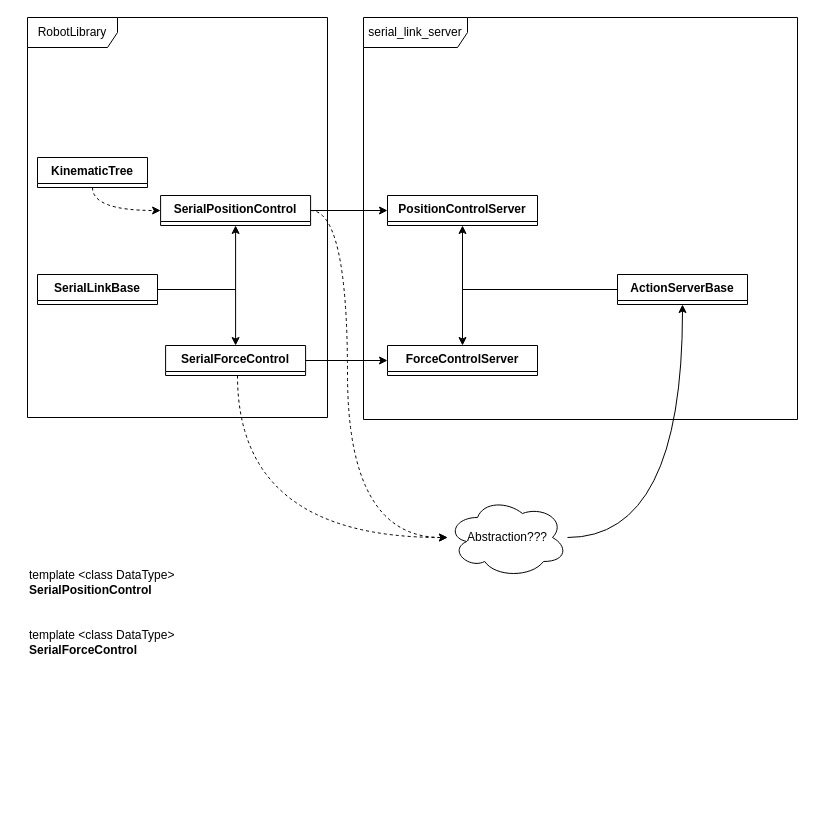
The draw.io diagram page "interactions" (1 of 3) of doc/ClassDiagrams.drawio in Woolfrey/server_serial_link, before the edit. Source tidied: cells renumbered, new cells numbered last; positions are measured from the earlier drawing's top-left corner, leaving out a move shared by most shapes. Both pictures are drawn from the tidied source at 100%, with x=0, y=0 at pixel (27, 17).
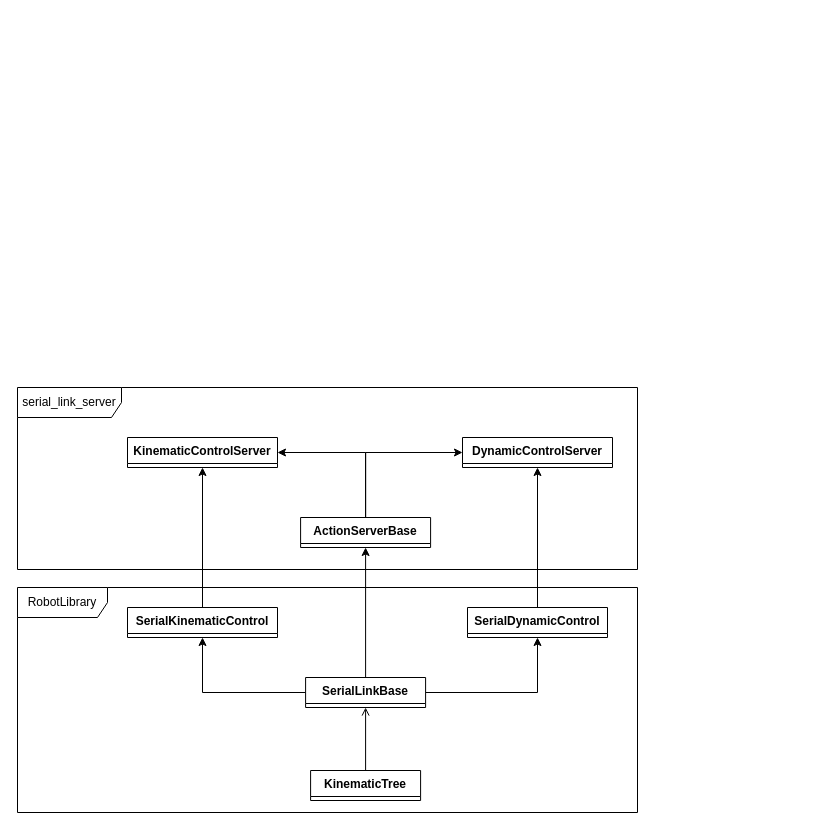
The same diagram, later.

Change to the diagram source:
```diff
@@
     <mxCell id="2" style="edgeStyle=orthogonalEdgeStyle;rounded=0;jettySize=auto;html=1;" parent="1" edge="1" source="4" target="5">
-      <mxGeometry relative="1" as="geometry" />
+      <mxGeometry relative="1" as="geometry">
+        <Array as="points">
+          <mxPoint x="338" y="435" />
+        </Array>
+      </mxGeometry>
     </mxCell>
     <mxCell id="3" style="edgeStyle=orthogonalEdgeStyle;rounded=0;jettySize=auto;html=1;" parent="1" edge="1" source="4" target="15">
-      <mxGeometry relative="1" as="geometry" />
+      <mxGeometry relative="1" as="geometry">
+        <Array as="points">
+          <mxPoint x="338" y="435" />
+        </Array>
+      </mxGeometry>
     </mxCell>
     <mxCell id="4" value="ActionServerBase" style="swimlane;fontStyle=1;align=center;verticalAlign=top;horizontal=1;startSize=26;whiteSpace=wrap;html=1;" parent="1" vertex="1" collapsed="1">
-      <mxGeometry x="590" y="257" width="130" height="30" as="geometry" />
+      <mxGeometry x="273.1" y="500" width="130" height="30" as="geometry" />
     </mxCell>
-    <mxCell id="5" value="PositionControlServer" style="swimlane;fontStyle=1;align=center;verticalAlign=top;horizontal=1;startSize=26;whiteSpace=wrap;html=1;" parent="1" vertex="1" collapsed="1">
-      <mxGeometry x="360" y="178" width="150" height="30" as="geometry" />
+    <mxCell id="5" value="KinematicControlServer" style="swimlane;fontStyle=1;align=center;verticalAlign=top;horizontal=1;startSize=26;whiteSpace=wrap;html=1;" parent="1" vertex="1" collapsed="1">
+      <mxGeometry x="100" y="420" width="150" height="30" as="geometry" />
     </mxCell>
@@
+    <mxCell id="24" style="edgeStyle=orthogonalEdgeStyle;rounded=0;jettySize=auto;html=1;entryX=0.5;entryY=1;entryDx=0;entryDy=0;" parent="1" edge="1" source="8" target="4">
+      <mxGeometry relative="1" as="geometry" />
+    </mxCell>
     <mxCell id="8" value="SerialLinkBase" style="swimlane;fontStyle=1;align=center;verticalAlign=top;horizontal=1;startSize=26;whiteSpace=wrap;html=1;" parent="1" vertex="1" collapsed="1">
-      <mxGeometry x="10" y="257" width="120" height="30" as="geometry" />
+      <mxGeometry x="278.1" y="660" width="120" height="30" as="geometry" />
     </mxCell>
@@
-    <mxCell id="10" style="edgeStyle=orthogonalEdgeStyle;rounded=0;jettySize=auto;html=1;curved=1;dashed=1;" parent="1" edge="1" source="11" target="21">
-      <mxGeometry relative="1" as="geometry">
-        <Array as="points">
-          <mxPoint x="320" y="193" />
-          <mxPoint x="320" y="520" />
-        </Array>
-      </mxGeometry>
-    </mxCell>
-    <mxCell id="11" value="SerialPositionControl" style="swimlane;fontStyle=1;align=center;verticalAlign=top;horizontal=1;startSize=26;whiteSpace=wrap;html=1;" parent="1" vertex="1" collapsed="1">
-      <mxGeometry x="133.1" y="178" width="150" height="30" as="geometry" />
+    <mxCell id="11" value="SerialKinematicControl" style="swimlane;fontStyle=1;align=center;verticalAlign=top;horizontal=1;startSize=26;whiteSpace=wrap;html=1;" parent="1" vertex="1" collapsed="1">
+      <mxGeometry x="100" y="590" width="150" height="30" as="geometry" />
     </mxCell>
@@
-    <mxCell id="13" style="edgeStyle=orthogonalEdgeStyle;rounded=0;jettySize=auto;html=1;curved=1;dashed=1;" parent="1" edge="1" source="14" target="21">
-      <mxGeometry relative="1" as="geometry">
-        <Array as="points">
-          <mxPoint x="210" y="520" />
-        </Array>
-      </mxGeometry>
-    </mxCell>
-    <mxCell id="14" value="SerialForceControl" style="swimlane;fontStyle=1;align=center;verticalAlign=top;horizontal=1;startSize=26;whiteSpace=wrap;html=1;" parent="1" vertex="1" collapsed="1">
-      <mxGeometry x="138.1" y="328" width="140" height="30" as="geometry" />
+    <mxCell id="14" value="SerialDynamicControl" style="swimlane;fontStyle=1;align=center;verticalAlign=top;horizontal=1;startSize=26;whiteSpace=wrap;html=1;" parent="1" vertex="1" collapsed="1">
+      <mxGeometry x="440" y="590" width="140" height="30" as="geometry" />
     </mxCell>
-    <mxCell id="15" value="ForceControlServer" style="swimlane;fontStyle=1;align=center;verticalAlign=top;horizontal=1;startSize=26;whiteSpace=wrap;html=1;" parent="1" vertex="1" collapsed="1">
-      <mxGeometry x="360" y="328" width="150" height="30" as="geometry" />
+    <mxCell id="15" value="DynamicControlServer" style="swimlane;fontStyle=1;align=center;verticalAlign=top;horizontal=1;startSize=26;whiteSpace=wrap;html=1;" parent="1" vertex="1" collapsed="1">
+      <mxGeometry x="435" y="420" width="150" height="30" as="geometry" />
     </mxCell>
     <mxCell id="16" value="RobotLibrary" style="shape=umlFrame;whiteSpace=wrap;html=1;width=90;height=30;" parent="1" vertex="1">
-      <mxGeometry width="300" height="400" as="geometry" />
+      <mxGeometry x="-10" y="570" width="620" height="225" as="geometry" />
     </mxCell>
     <mxCell id="17" value="serial_link_server" style="shape=umlFrame;whiteSpace=wrap;html=1;width=104;height=30;" parent="1" vertex="1">
-      <mxGeometry x="336" width="434" height="402" as="geometry" />
+      <mxGeometry x="-10" y="370" width="620" height="182" as="geometry" />
     </mxCell>
-    <mxCell id="18" style="edgeStyle=orthogonalEdgeStyle;rounded=0;jettySize=auto;html=1;curved=1;dashed=1;" parent="1" edge="1" source="19" target="11">
-      <mxGeometry relative="1" as="geometry">
-        <Array as="points">
-          <mxPoint x="65" y="193" />
-        </Array>
-      </mxGeometry>
-    </mxCell>
+    <mxCell id="25" style="edgeStyle=orthogonalEdgeStyle;rounded=0;jettySize=auto;html=1;endArrow=open;endFill=0;" parent="1" edge="1" source="19" target="8">
+      <mxGeometry relative="1" as="geometry" />
+    </mxCell>
     <mxCell id="19" value="KinematicTree" style="swimlane;fontStyle=1;align=center;verticalAlign=top;horizontal=1;startSize=26;whiteSpace=wrap;html=1;" parent="1" vertex="1" collapsed="1">
-      <mxGeometry x="10" y="140" width="110" height="30" as="geometry" />
+      <mxGeometry x="283.1" y="753" width="110" height="30" as="geometry" />
     </mxCell>
-    <mxCell id="20" style="edgeStyle=orthogonalEdgeStyle;rounded=0;jettySize=auto;html=1;curved=1;" parent="1" edge="1" source="21" target="4">
-      <mxGeometry relative="1" as="geometry" />
-    </mxCell>
-    <mxCell id="21" value="Abstraction???" style="ellipse;shape=cloud;whiteSpace=wrap;html=1;" parent="1" vertex="1">
-      <mxGeometry x="420" y="480" width="120" height="80" as="geometry" />
-    </mxCell>
-    <mxCell id="22" value="&lt;div&gt;template &amp;lt;class DataType&amp;gt;&lt;b&gt;&lt;br&gt;&lt;/b&gt;&lt;/div&gt;&lt;div&gt;&lt;b&gt;SerialPositionControl&lt;/b&gt;&lt;/div&gt;" style="text;html=1;align=left;verticalAlign=middle;whiteSpace=wrap;rounded=0;" parent="1" vertex="1">
-      <mxGeometry y="550" width="150" height="30" as="geometry" />
-    </mxCell>
-    <mxCell id="23" value="&lt;div&gt;template &amp;lt;class DataType&amp;gt;&lt;b&gt;&lt;br&gt;&lt;/b&gt;&lt;/div&gt;&lt;div&gt;&lt;b&gt;SerialForceControl&lt;/b&gt;&lt;/div&gt;" style="text;html=1;align=left;verticalAlign=middle;whiteSpace=wrap;rounded=0;" parent="1" vertex="1">
-      <mxGeometry y="610" width="150" height="30" as="geometry" />
-    </mxCell>
```
